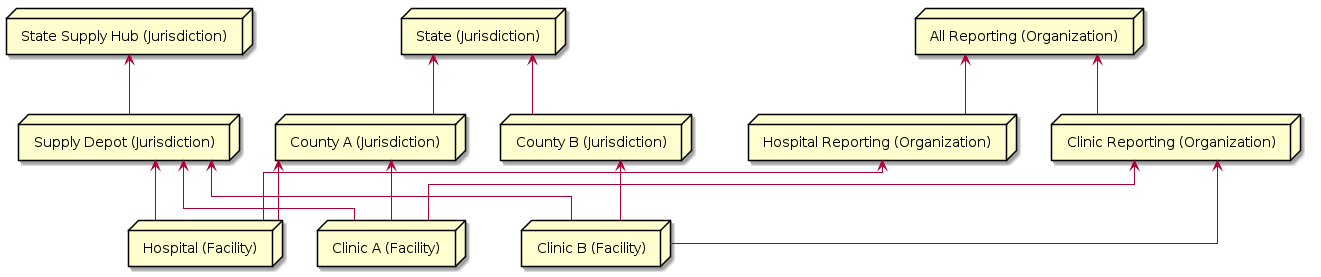
The PlantUML diagram media/multiple-hierarchies.png in IHE/mCSD-Whitepaper, before a commit.
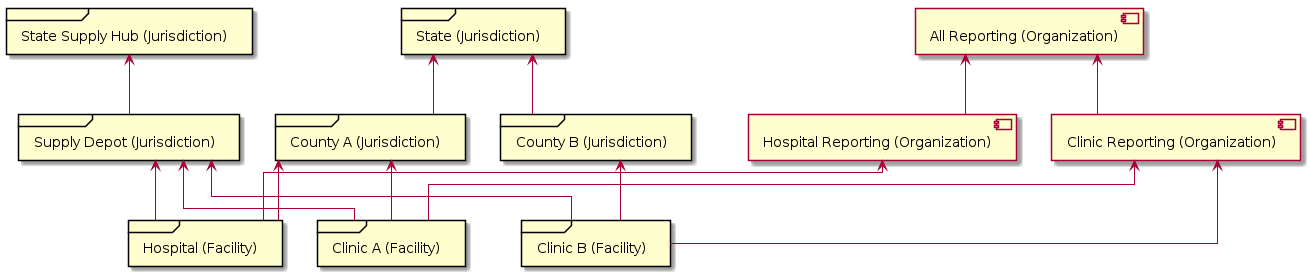
Above is the later version.

Commit message:
Added back in use cases at the top and updated the facility section to reflect this change.  HWR and ILR still need to be updated.  Also updated diagrams for those.

What changed in the source:
```diff
@@ -1,19 +1,20 @@
 @startuml multiple-hierarchies
+skinparam componentStyle uml2
 skinparam linetype ortho
-node state as "State (Jurisdiction)"
+frame state as "State (Jurisdiction)"
 together {
-  node countya as "County A (Jurisdiction)"
-  node countyb as "County B (Jurisdiction)"
+  frame countya as "County A (Jurisdiction)"
+  frame countyb as "County B (Jurisdiction)"
 }
-node hospital as "Hospital (Facility)"
-node clinica as "Clinic A (Facility)"
-node clinicb as "Clinic B (Facility)"
-node supplyhub as "State Supply Hub (Jurisdiction)"
-node depot as "Supply Depot (Jurisdiction)"
-node report as "All Reporting (Organization)"
+frame hospital as "Hospital (Facility)"
+frame clinica as "Clinic A (Facility)"
+frame clinicb as "Clinic B (Facility)"
+frame supplyhub as "State Supply Hub (Jurisdiction)"
+frame depot as "Supply Depot (Jurisdiction)"
+component report as "All Reporting (Organization)"
 together {
-  node hospreport as "Hospital Reporting (Organization)"
-  node clinicreport as "Clinic Reporting (Organization)"
+  component hospreport as "Hospital Reporting (Organization)"
+  component clinicreport as "Clinic Reporting (Organization)"
 }
 state <-- countya
 state <-- countyb
```
